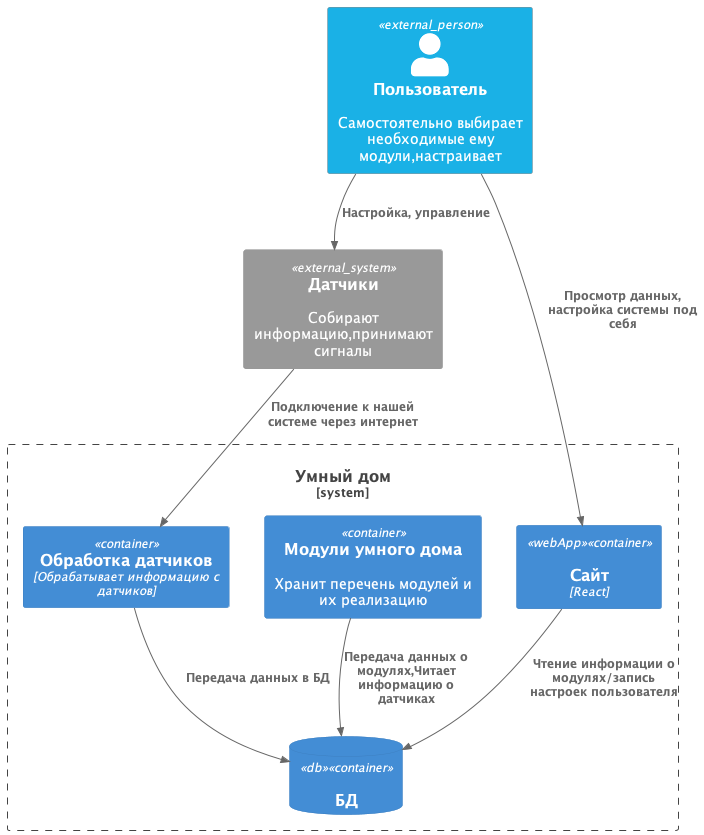
Earlier version of the PlantUML export schemas/container_diagram/container_diagram.png (fluffybone/yandex-architecture-warmhouse). Its diagram source:
```plantuml
@startuml container_diagram
!include https://raw.githubusercontent.com/plantuml-stdlib/C4-PlantUML/master/C4_Container.puml

 !$COLOR_USER = "#1ab1e6 "
 AddContainerTag("db", $sprite="database_server", $legendText="database container")
 AddContainerTag("webApp", $sprite="application_server", $legendText="web app container")

  UpdateElementStyle("external_person", $bgColor=$COLOR_USER)

  Person_Ext(user, "Пользователь", "Cамостоятельно выбирает необходимые ему модули,настраивает")
  System_Ext(sensors, "Датчики","Собирают информацию,принимают сигналы")

  System_Boundary(our_system, "Умный дом" ) {
  ContainerDb(db, "БД", $tags="db")


   Container(service_sensors, "Обработка датчиков", "Обрабатывает информацию с датчиков" )
   Container(module_system, "Модули умного дома" ,$descr="Хранит перечень модулей и их реализацию")

   Container(web_app, "Сайт", "React", $tags="webApp")



  }

  Rel(user, sensors, "Настройка, управление")
  Rel(sensors, service_sensors, "Подключение к нашей системе через интернет")
  Rel(user, web_app, "Просмотр данных, настройка системы под себя" )
  Rel(service_sensors, db, "Передача данных в БД")

  Rel(module_system, db, "Передача данных о модулях,Читает информацию о датчиках")
  Rel(web_app, db, "Чтение информации о модулях/запись настроек пользователя")



@enduml
```
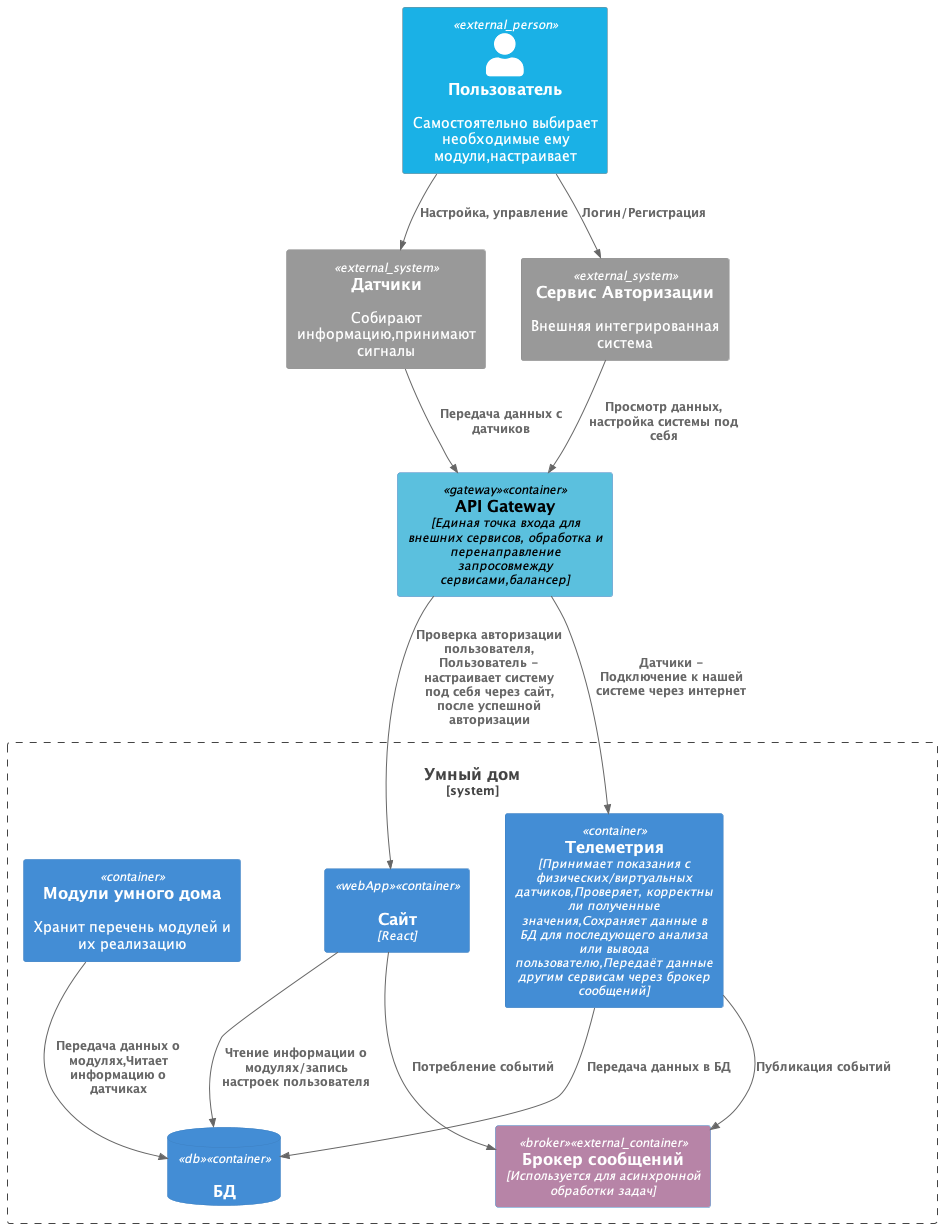
The same diagram one commit later.

Commit message:
warmhouse: fixed diagram

What changed in the source:
```diff
@@ -4,33 +4,49 @@
  !$COLOR_USER = "#1ab1e6 "
  AddContainerTag("db", $sprite="database_server", $legendText="database container")
  AddContainerTag("webApp", $sprite="application_server", $legendText="web app container")
+ AddContainerTag("gateway", $bgColor="#5bc0de", $fontColor="black", $legendText="API Gateway")
+ AddContainerTag("broker", $bgColor="#B784A7", $fontColor="white", $legendText="Брокер сообщений")
 
   UpdateElementStyle("external_person", $bgColor=$COLOR_USER)
 
   Person_Ext(user, "Пользователь", "Cамостоятельно выбирает необходимые ему модули,настраивает")
   System_Ext(sensors, "Датчики","Собирают информацию,принимают сигналы")
 
+  Container(api_gateway, "API Gateway", "Единая точка входа для внешних сервисов, обработка и перенаправление запросовмежду сервисами,балансер", $tags="gateway")
+
   System_Boundary(our_system, "Умный дом" ) {
+    Container(web_app, "Сайт", "React", $tags="webApp")
   ContainerDb(db, "БД", $tags="db")
 
-
-   Container(service_sensors, "Обработка датчиков", "Обрабатывает информацию с датчиков" )
    Container(module_system, "Модули умного дома" ,$descr="Хранит перечень модулей и их реализацию")
 
-   Container(web_app, "Сайт", "React", $tags="webApp")
+    Container_Ext(message_broker, "Брокер сообщений",  "Используется для асинхронной обработки задач", $tags="broker")
 
+
+    Container(service_sensors, "Телеметрия", "Принимает показания с физических/виртуальных датчиков,Проверяет, корректны ли полученные значения,Сохраняет данные в БД для последующего анализа или вывода пользователю,Передаёт данные другим сервисам через брокер сообщений" )
 
 
   }
 
+  System_Ext(login_system, "Сервис Авторизации","Внешняя интегрированная система")
+
+
   Rel(user, sensors, "Настройка, управление")
-  Rel(sensors, service_sensors, "Подключение к нашей системе через интернет")
-  Rel(user, web_app, "Просмотр данных, настройка системы под себя" )
+
   Rel(service_sensors, db, "Передача данных в БД")
+  Rel(user, login_system, "Логин/Регистрация")
+
+  Rel(login_system, api_gateway, "Просмотр данных, настройка системы под себя" )
+  Rel(sensors, api_gateway, "Передача данных с датчиков" )
+
+  Rel(api_gateway, service_sensors, "Датчики - Подключение к нашей системе через интернет")
+  Rel(api_gateway, web_app, "Проверка авторизации пользователя, Пользователь - настраивает систему под себя через сайт, после успешной авторизации" )
 
   Rel(module_system, db, "Передача данных о модулях,Читает информацию о датчиках")
   Rel(web_app, db, "Чтение информации о модулях/запись настроек пользователя")
 
+  Rel(service_sensors, message_broker, "Публикация событий")
+  Rel(web_app, message_broker, "Потребление событий")
 
 
 @enduml
```
